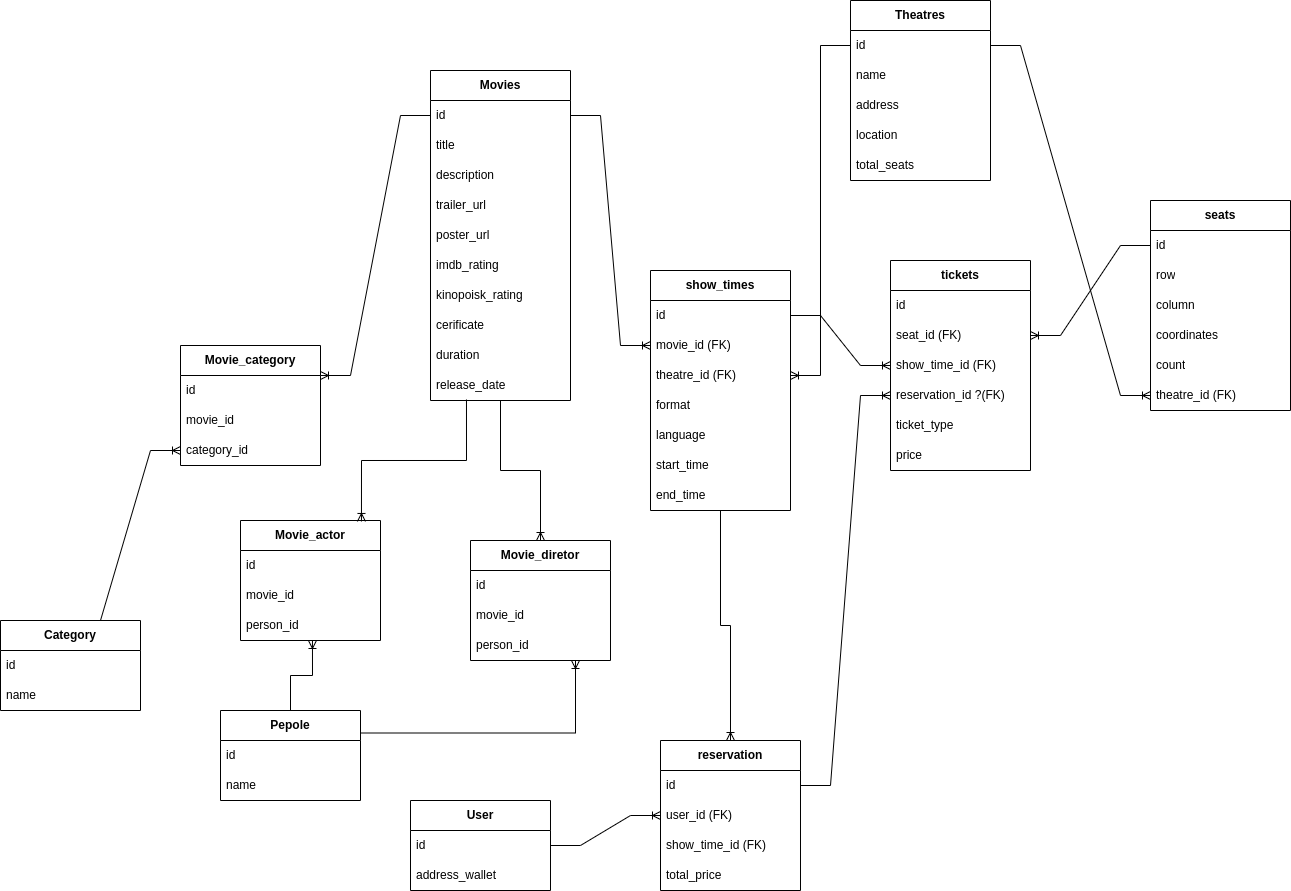
The draw.io diagram docs/cinema-ticket-booking.diagram.png in thecosmicblocks/bookadot-backend, before a commit. Source tidied: cells renumbered, new cells last; positions are measured from the earlier drawing's top-left corner, leaving out a move shared by most shapes.
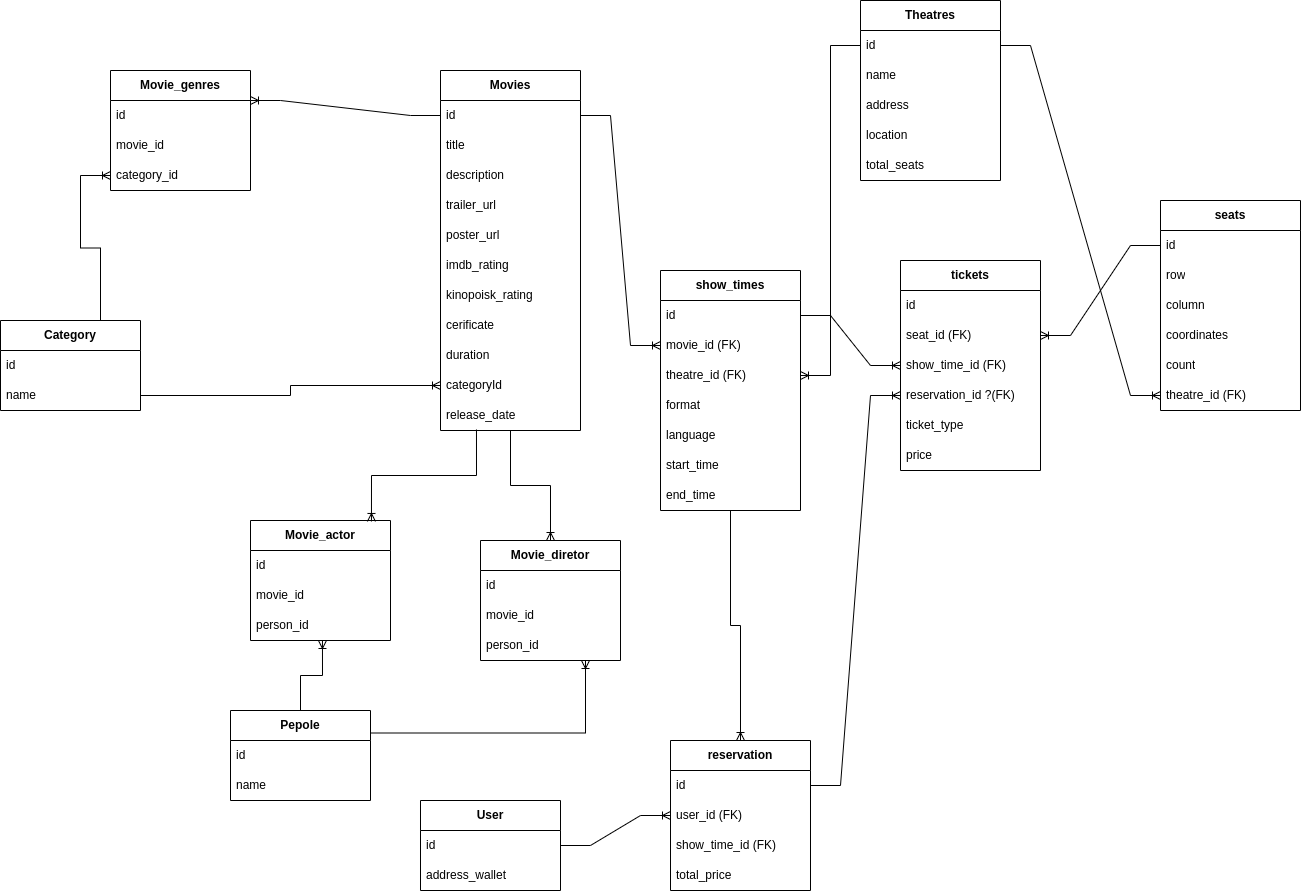
The same file after the commit.

Change to the diagram source:
```diff
@@ -6,7 +6,7 @@
       <mxGeometry relative="1" as="geometry" />
     </mxCell>
     <mxCell id="3" value="&lt;b&gt;Movies&lt;/b&gt;" style="swimlane;fontStyle=0;horizontal=1;startSize=30;whiteSpace=wrap;html=1;" parent="1" vertex="1">
-      <mxGeometry x="430" y="70" width="140" height="330" as="geometry" />
+      <mxGeometry x="430" y="70" width="140" height="360" as="geometry" />
     </mxCell>
     <mxCell id="4" value="id" style="text;strokeColor=none;fillColor=none;align=left;verticalAlign=middle;spacingLeft=4;spacingRight=4;overflow=hidden;points=[[0,0.5],[1,0.5]];portConstraint=eastwest;whiteSpace=wrap;html=1;" parent="3" vertex="1">
       <mxGeometry y="30" width="140" height="30" as="geometry" />
@@ -35,8 +35,11 @@
     <mxCell id="12" value="duration" style="text;strokeColor=none;fillColor=none;align=left;verticalAlign=middle;spacingLeft=4;spacingRight=4;overflow=hidden;whiteSpace=wrap;html=1;" parent="3" vertex="1">
       <mxGeometry y="270" width="140" height="30" as="geometry" />
     </mxCell>
+    <mxCell id="81" value="categoryId" style="text;strokeColor=none;fillColor=none;align=left;verticalAlign=middle;spacingLeft=4;spacingRight=4;overflow=hidden;points=[[0,0.5],[1,0.5]];portConstraint=eastwest;whiteSpace=wrap;html=1;" parent="3" vertex="1">
+      <mxGeometry y="300" width="140" height="30" as="geometry" />
+    </mxCell>
     <mxCell id="13" value="release_date" style="text;strokeColor=none;fillColor=none;align=left;verticalAlign=middle;spacingLeft=4;spacingRight=4;overflow=hidden;points=[[0,0.5],[1,0.5]];portConstraint=eastwest;whiteSpace=wrap;html=1;" parent="3" vertex="1">
-      <mxGeometry y="300" width="140" height="30" as="geometry" />
+      <mxGeometry y="330" width="140" height="30" as="geometry" />
     </mxCell>
     <mxCell id="14" value="&lt;b&gt;User&lt;/b&gt;" style="swimlane;fontStyle=0;horizontal=1;startSize=30;whiteSpace=wrap;html=1;" parent="1" vertex="1">
       <mxGeometry x="410" y="800" width="140" height="90" as="geometry" />
@@ -180,8 +183,8 @@
     <mxCell id="57" style="edgeStyle=entityRelationEdgeStyle;fontSize=12;html=1;endArrow=ERoneToMany;rounded=0;exitX=1;exitY=0.5;exitDx=0;exitDy=0;entryX=0;entryY=0.5;entryDx=0;entryDy=0;" parent="1" edge="1" source="15" target="34">
       <mxGeometry relative="1" as="geometry" />
     </mxCell>
-    <mxCell id="58" value="&lt;b&gt;Movie_category&lt;/b&gt;" style="swimlane;fontStyle=0;horizontal=1;startSize=30;whiteSpace=wrap;html=1;" parent="1" vertex="1">
-      <mxGeometry x="180" y="345" width="140" height="120" as="geometry" />
+    <mxCell id="58" value="&lt;b&gt;Movie_genres&lt;/b&gt;" style="swimlane;fontStyle=0;horizontal=1;startSize=30;whiteSpace=wrap;html=1;" parent="1" vertex="1">
+      <mxGeometry x="100" y="70" width="140" height="120" as="geometry" />
     </mxCell>
     <mxCell id="59" value="id" style="text;strokeColor=none;fillColor=none;align=left;verticalAlign=middle;spacingLeft=4;spacingRight=4;overflow=hidden;whiteSpace=wrap;html=1;" parent="58" vertex="1">
       <mxGeometry y="30" width="140" height="30" as="geometry" />
@@ -193,7 +196,7 @@
       <mxGeometry y="90" width="140" height="30" as="geometry" />
     </mxCell>
     <mxCell id="62" value="&lt;b&gt;Category&lt;/b&gt;" style="swimlane;fontStyle=0;horizontal=1;startSize=30;whiteSpace=wrap;html=1;" parent="1" vertex="1">
-      <mxGeometry y="620" width="140" height="90" as="geometry" />
+      <mxGeometry x="-10" y="320" width="140" height="90" as="geometry" />
     </mxCell>
     <mxCell id="63" value="id" style="text;strokeColor=none;fillColor=none;align=left;verticalAlign=middle;spacingLeft=4;spacingRight=4;overflow=hidden;whiteSpace=wrap;html=1;" parent="62" vertex="1">
       <mxGeometry y="30" width="140" height="30" as="geometry" />
@@ -249,5 +252,8 @@
     <mxCell id="80" style="edgeStyle=orthogonalEdgeStyle;rounded=0;jettySize=auto;html=1;entryX=0.75;entryY=1;entryDx=0;entryDy=0;entryPerimeter=0;endArrow=ERoneToMany;endFill=0;exitX=1;exitY=0.25;exitDx=0;exitDy=0;" parent="1" edge="1" source="75" target="70">
       <mxGeometry relative="1" as="geometry" />
     </mxCell>
+    <mxCell id="82" style="edgeStyle=orthogonalEdgeStyle;rounded=0;jettySize=auto;html=1;entryX=0;entryY=0.5;entryDx=0;entryDy=0;endArrow=ERoneToMany;endFill=0;" parent="1" edge="1" source="64" target="81">
+      <mxGeometry relative="1" as="geometry" />
+    </mxCell>
   </root>
 </mxGraphModel>
```
